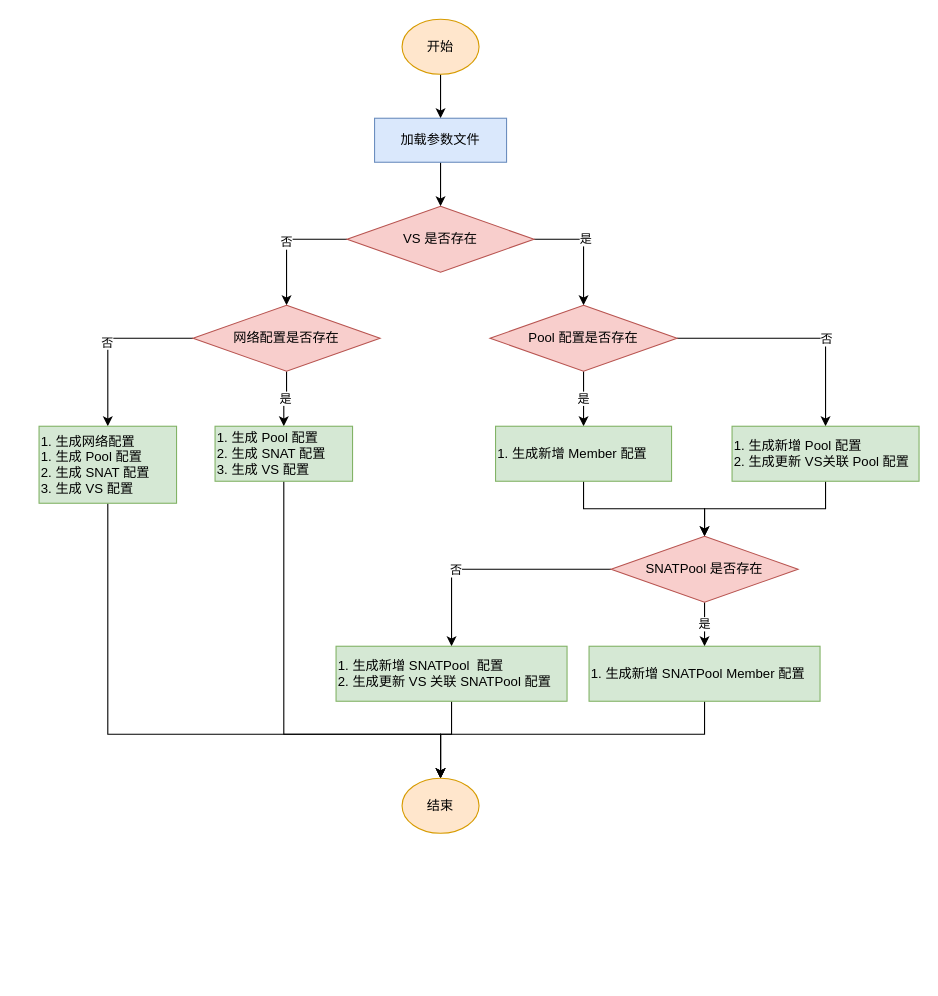
Above: python-tmsh-generator.drawio in kylinsoong/pics (draw.io), before the change. Source tidied: cells renumbered, new cells numbered last; positions are measured from the earlier drawing's top-left corner, leaving out a move shared by most shapes. Both pictures are drawn from the tidied source at 110%, with x=0, y=0 at pixel (38, 19).
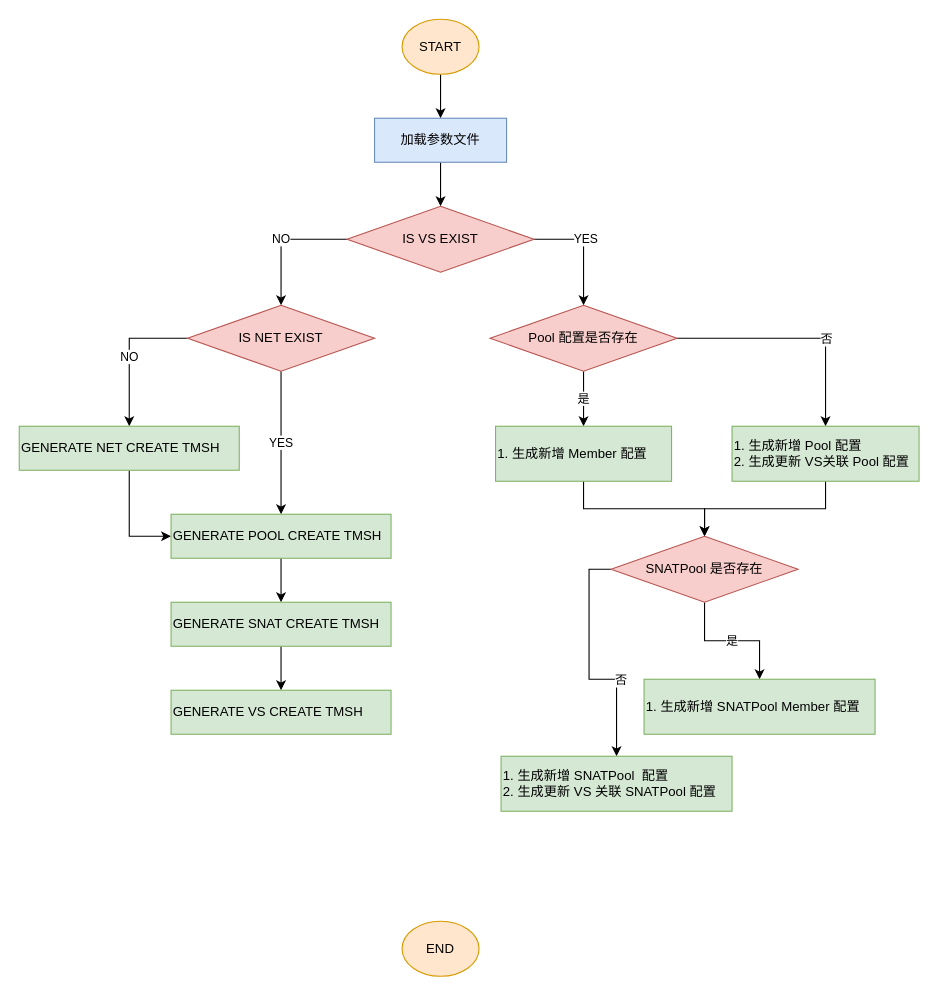
After the change.

Unchanged cells that the change refers to:
```xml
<mxCell id="7" style="edgeStyle=orthogonalEdgeStyle;rounded=0;jettySize=auto;html=1;exitX=1;exitY=0.5;exitDx=0;exitDy=0;" parent="1" edge="1" source="9" target="17">
  <mxGeometry relative="1" as="geometry" />
</mxCell>
```

The edit, as a diff of the source:
```diff
@@
-    <mxCell id="3" value="开始" style="ellipse;whiteSpace=wrap;html=1;fillColor=#ffe6cc;strokeColor=#d79b00;" parent="1" vertex="1">
+    <mxCell id="3" value="START" style="ellipse;whiteSpace=wrap;html=1;fillColor=#ffe6cc;strokeColor=#d79b00;" parent="1" vertex="1">
       <mxGeometry x="330" width="70" height="50" as="geometry" />
     </mxCell>
@@
-    <mxCell id="6" value="否" style="edgeStyle=orthogonalEdgeStyle;rounded=0;jettySize=auto;html=1;exitX=0;exitY=0.5;exitDx=0;exitDy=0;entryX=0.5;entryY=0;entryDx=0;entryDy=0;" parent="1" edge="1" source="9" target="13">
+    <mxCell id="6" value="NO" style="edgeStyle=orthogonalEdgeStyle;rounded=0;jettySize=auto;html=1;exitX=0;exitY=0.5;exitDx=0;exitDy=0;entryX=0.5;entryY=0;entryDx=0;entryDy=0;" parent="1" edge="1" source="9" target="13">
       <mxGeometry relative="1" as="geometry" />
     </mxCell>
@@
-    <mxCell id="8" value="是" style="edgeLabel;html=1;align=center;verticalAlign=middle;" parent="7" vertex="1">
+    <mxCell id="8" value="YES" style="edgeLabel;html=1;align=center;verticalAlign=middle;" parent="7" vertex="1">
       <mxGeometry x="-0.14" y="1" relative="1" as="geometry">
         <mxPoint y="-1" as="offset" />
       </mxGeometry>
     </mxCell>
-    <mxCell id="9" value="VS 是否存在" style="rhombus;whiteSpace=wrap;html=1;fillColor=#f8cecc;strokeColor=#b85450;" parent="1" vertex="1">
+    <mxCell id="9" value="IS VS EXIST" style="rhombus;whiteSpace=wrap;html=1;fillColor=#f8cecc;strokeColor=#b85450;" parent="1" vertex="1">
       <mxGeometry x="280" y="170" width="170" height="60" as="geometry" />
     </mxCell>
-    <mxCell id="10" value="是" style="edgeStyle=orthogonalEdgeStyle;rounded=0;jettySize=auto;html=1;exitX=0.5;exitY=1;exitDx=0;exitDy=0;entryX=0.5;entryY=0;entryDx=0;entryDy=0;" parent="1" edge="1" source="13" target="19">
+    <mxCell id="10" value="YES" style="edgeStyle=orthogonalEdgeStyle;rounded=0;jettySize=auto;html=1;exitX=0.5;exitY=1;exitDx=0;exitDy=0;entryX=0.5;entryY=0;entryDx=0;entryDy=0;" parent="1" edge="1" source="13" target="38">
       <mxGeometry relative="1" as="geometry" />
     </mxCell>
-    <mxCell id="11" style="edgeStyle=orthogonalEdgeStyle;rounded=0;jettySize=auto;html=1;exitX=0;exitY=0.5;exitDx=0;exitDy=0;entryX=0.5;entryY=0;entryDx=0;entryDy=0;" parent="1" edge="1" source="13" target="21">
+    <mxCell id="11" style="edgeStyle=orthogonalEdgeStyle;rounded=0;jettySize=auto;html=1;exitX=0;exitY=0.5;exitDx=0;exitDy=0;" parent="1" edge="1" source="13" target="36">
       <mxGeometry relative="1" as="geometry" />
     </mxCell>
-    <mxCell id="12" value="否" style="edgeLabel;html=1;align=center;verticalAlign=middle;" parent="11" vertex="1">
+    <mxCell id="12" value="NO" style="edgeLabel;html=1;align=center;verticalAlign=middle;" parent="11" vertex="1">
       <mxGeometry x="0.02" y="-1" relative="1" as="geometry">
         <mxPoint y="1" as="offset" />
       </mxGeometry>
     </mxCell>
-    <mxCell id="13" value="网络配置是否存在" style="rhombus;whiteSpace=wrap;html=1;fillColor=#f8cecc;strokeColor=#b85450;" parent="1" vertex="1">
-      <mxGeometry x="140" y="260" width="170" height="60" as="geometry" />
+    <mxCell id="13" value="IS NET EXIST" style="rhombus;whiteSpace=wrap;html=1;fillColor=#f8cecc;strokeColor=#b85450;" parent="1" vertex="1">
+      <mxGeometry x="135" y="260" width="170" height="60" as="geometry" />
     </mxCell>
@@
-    <mxCell id="18" style="edgeStyle=orthogonalEdgeStyle;rounded=0;jettySize=auto;html=1;exitX=0.5;exitY=1;exitDx=0;exitDy=0;entryX=0.5;entryY=0;entryDx=0;entryDy=0;" parent="1" edge="1" source="19" target="34">
-      <mxGeometry relative="1" as="geometry">
-        <Array as="points">
-          <mxPoint x="223" y="650" />
-          <mxPoint x="365" y="650" />
-        </Array>
-      </mxGeometry>
-    </mxCell>
-    <mxCell id="19" value="&lt;div style=&quot;&quot;&gt;&lt;span style=&quot;background-color: initial;&quot;&gt;1. 生成 Pool 配置&lt;/span&gt;&lt;/div&gt;2. 生成 SNAT 配置&lt;br&gt;3. 生成 VS 配置" style="rounded=0;whiteSpace=wrap;html=1;align=left;fillColor=#d5e8d4;strokeColor=#82b366;" parent="1" vertex="1">
-      <mxGeometry x="160" y="370" width="125" height="50" as="geometry" />
-    </mxCell>
-    <mxCell id="20" style="edgeStyle=orthogonalEdgeStyle;rounded=0;jettySize=auto;html=1;exitX=0.5;exitY=1;exitDx=0;exitDy=0;" parent="1" edge="1" source="21" target="34">
-      <mxGeometry relative="1" as="geometry">
-        <Array as="points">
-          <mxPoint x="63" y="650" />
-          <mxPoint x="365" y="650" />
-        </Array>
-      </mxGeometry>
-    </mxCell>
-    <mxCell id="21" value="&lt;div style=&quot;&quot;&gt;&lt;span style=&quot;background-color: initial;&quot;&gt;1. 生成网络配置&lt;/span&gt;&lt;/div&gt;&lt;div style=&quot;&quot;&gt;&lt;span style=&quot;background-color: initial;&quot;&gt;1. 生成 Pool 配置&lt;/span&gt;&lt;/div&gt;2. 生成 SNAT 配置&lt;br&gt;3. 生成 VS 配置" style="rounded=0;whiteSpace=wrap;html=1;align=left;fillColor=#d5e8d4;strokeColor=#82b366;" parent="1" vertex="1">
-      <mxGeometry y="370" width="125" height="70" as="geometry" />
-    </mxCell>
@@
-    <mxCell id="30" style="edgeStyle=orthogonalEdgeStyle;rounded=0;jettySize=auto;html=1;exitX=0.5;exitY=1;exitDx=0;exitDy=0;" parent="1" edge="1" source="31" target="34">
-      <mxGeometry relative="1" as="geometry">
-        <Array as="points">
-          <mxPoint x="605" y="650" />
-          <mxPoint x="365" y="650" />
-        </Array>
-      </mxGeometry>
-    </mxCell>
     <mxCell id="31" value="&lt;div style=&quot;&quot;&gt;&lt;span style=&quot;background-color: initial;&quot;&gt;1. 生成新增 SNATPool Member 配置&lt;/span&gt;&lt;/div&gt;" style="rounded=0;whiteSpace=wrap;html=1;align=left;fillColor=#d5e8d4;strokeColor=#82b366;" parent="1" vertex="1">
-      <mxGeometry x="500" y="570" width="210" height="50" as="geometry" />
+      <mxGeometry x="550" y="600" width="210" height="50" as="geometry" />
     </mxCell>
-    <mxCell id="32" style="edgeStyle=orthogonalEdgeStyle;rounded=0;jettySize=auto;html=1;exitX=0.5;exitY=1;exitDx=0;exitDy=0;entryX=0.5;entryY=0;entryDx=0;entryDy=0;" parent="1" edge="1" source="33" target="34">
-      <mxGeometry relative="1" as="geometry">
-        <Array as="points">
-          <mxPoint x="375" y="650" />
-          <mxPoint x="365" y="650" />
-        </Array>
-      </mxGeometry>
-    </mxCell>
     <mxCell id="33" value="&lt;div style=&quot;&quot;&gt;&lt;span style=&quot;background-color: initial;&quot;&gt;1. 生成新增 SNATPool&amp;nbsp; 配置&lt;/span&gt;&lt;/div&gt;&lt;div style=&quot;&quot;&gt;&lt;span style=&quot;background-color: initial;&quot;&gt;2. 生成更新 VS 关联 SNATPool 配置&lt;/span&gt;&lt;/div&gt;" style="rounded=0;whiteSpace=wrap;html=1;align=left;fillColor=#d5e8d4;strokeColor=#82b366;" parent="1" vertex="1">
-      <mxGeometry x="270" y="570" width="210" height="50" as="geometry" />
+      <mxGeometry x="420" y="670" width="210" height="50" as="geometry" />
     </mxCell>
-    <mxCell id="34" value="结束" style="ellipse;whiteSpace=wrap;html=1;fillColor=#ffe6cc;strokeColor=#d79b00;" parent="1" vertex="1">
-      <mxGeometry x="330" y="690" width="70" height="50" as="geometry" />
+    <mxCell id="34" value="END" style="ellipse;whiteSpace=wrap;html=1;fillColor=#ffe6cc;strokeColor=#d79b00;" parent="1" vertex="1">
+      <mxGeometry x="330" y="820" width="70" height="50" as="geometry" />
     </mxCell>
+    <mxCell id="35" style="edgeStyle=orthogonalEdgeStyle;rounded=0;jettySize=auto;html=1;exitX=0.5;exitY=1;exitDx=0;exitDy=0;entryX=0;entryY=0.5;entryDx=0;entryDy=0;" parent="1" edge="1" source="36" target="38">
+      <mxGeometry relative="1" as="geometry" />
+    </mxCell>
+    <mxCell id="36" value="&lt;div style=&quot;&quot;&gt;&lt;span style=&quot;background-color: initial;&quot;&gt;GENERATE NET CREATE TMSH&lt;/span&gt;&lt;/div&gt;&lt;div style=&quot;&quot;&gt;&lt;/div&gt;" style="rounded=0;whiteSpace=wrap;html=1;align=left;fillColor=#d5e8d4;strokeColor=#82b366;" parent="1" vertex="1">
+      <mxGeometry x="-18" y="370" width="200" height="40" as="geometry" />
+    </mxCell>
+    <mxCell id="37" style="edgeStyle=orthogonalEdgeStyle;rounded=0;jettySize=auto;html=1;entryX=0.5;entryY=0;entryDx=0;entryDy=0;" parent="1" edge="1" source="38" target="40">
+      <mxGeometry relative="1" as="geometry" />
+    </mxCell>
+    <mxCell id="38" value="&lt;div style=&quot;&quot;&gt;&lt;span style=&quot;background-color: initial;&quot;&gt;GENERATE POOL CREATE TMSH&lt;/span&gt;&lt;/div&gt;&lt;div style=&quot;&quot;&gt;&lt;/div&gt;" style="rounded=0;whiteSpace=wrap;html=1;align=left;fillColor=#d5e8d4;strokeColor=#82b366;" parent="1" vertex="1">
+      <mxGeometry x="120" y="450" width="200" height="40" as="geometry" />
+    </mxCell>
+    <mxCell id="39" style="edgeStyle=orthogonalEdgeStyle;rounded=0;jettySize=auto;html=1;exitX=0.5;exitY=1;exitDx=0;exitDy=0;" parent="1" edge="1" source="40" target="41">
+      <mxGeometry relative="1" as="geometry" />
+    </mxCell>
+    <mxCell id="40" value="&lt;div style=&quot;&quot;&gt;&lt;span style=&quot;background-color: initial;&quot;&gt;GENERATE SNAT CREATE TMSH&lt;/span&gt;&lt;/div&gt;&lt;div style=&quot;&quot;&gt;&lt;/div&gt;" style="rounded=0;whiteSpace=wrap;html=1;align=left;fillColor=#d5e8d4;strokeColor=#82b366;" parent="1" vertex="1">
+      <mxGeometry x="120" y="530" width="200" height="40" as="geometry" />
+    </mxCell>
+    <mxCell id="41" value="&lt;div style=&quot;&quot;&gt;&lt;span style=&quot;background-color: initial;&quot;&gt;GENERATE VS CREATE TMSH&lt;/span&gt;&lt;/div&gt;&lt;div style=&quot;&quot;&gt;&lt;/div&gt;" style="rounded=0;whiteSpace=wrap;html=1;align=left;fillColor=#d5e8d4;strokeColor=#82b366;" parent="1" vertex="1">
+      <mxGeometry x="120" y="610" width="200" height="40" as="geometry" />
+    </mxCell>
```
